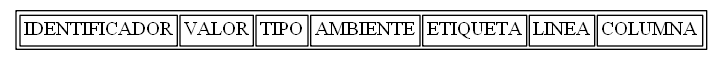
This is tablasimbolos.png from AndreeAvalos/OLC2-AUGUS, a Graphviz export, as it was before one commit. Its source is kept beside it as tablasimbolos.dot.
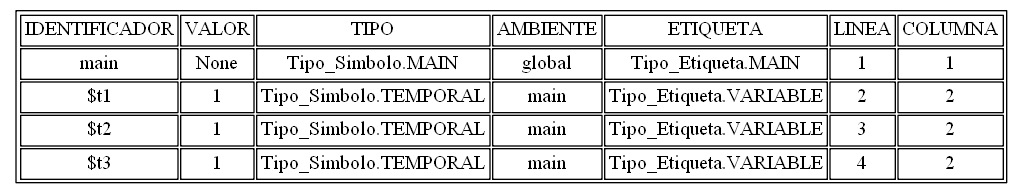
The same diagram one commit later.

Change to the diagram source:
```diff
@@ -3,6 +3,10 @@
 graph [bb="0,0,352,154"];
 arset [label=<<TABLE ALIGN="LEFT">
 <TR><TD>IDENTIFICADOR</TD><TD>VALOR</TD><TD>TIPO</TD><TD>AMBIENTE</TD><TD>ETIQUETA</TD><TD>LINEA</TD><TD>COLUMNA</TD></TR>
+<TR><TD>main</TD><TD>None</TD><TD>Tipo_Simbolo.MAIN</TD><TD>global</TD><TD>Tipo_Etiqueta.MAIN</TD><TD>1</TD><TD>1</TD></TR>
+<TR><TD>$t1</TD><TD>1</TD><TD>Tipo_Simbolo.TEMPORAL</TD><TD>main</TD><TD>Tipo_Etiqueta.VARIABLE</TD><TD>2</TD><TD>2</TD></TR>
+<TR><TD>$t2</TD><TD>1</TD><TD>Tipo_Simbolo.TEMPORAL</TD><TD>main</TD><TD>Tipo_Etiqueta.VARIABLE</TD><TD>3</TD><TD>2</TD></TR>
+<TR><TD>$t3</TD><TD>1</TD><TD>Tipo_Simbolo.TEMPORAL</TD><TD>main</TD><TD>Tipo_Etiqueta.VARIABLE</TD><TD>4</TD><TD>2</TD></TR>
 </TABLE>
 >, ];
 }
```
